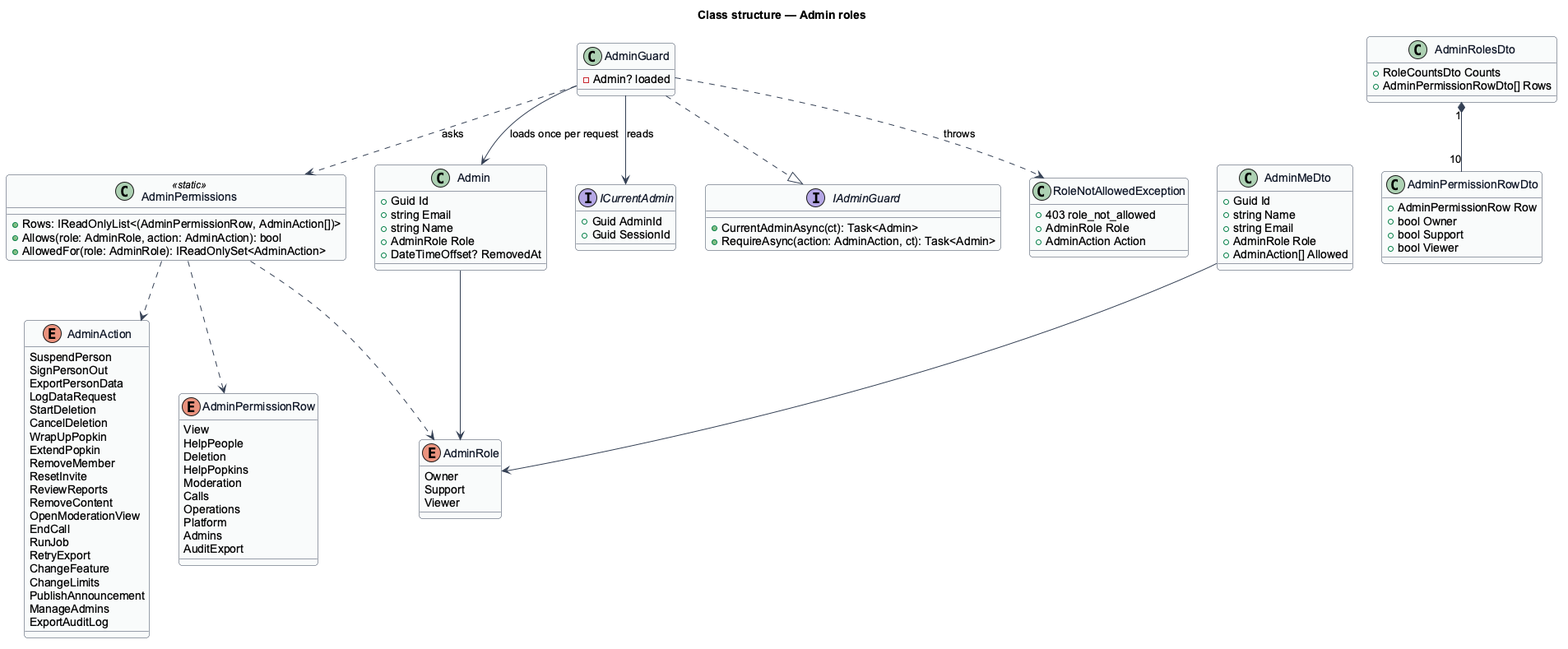
This is docs/detailed-designs/admin-access/admin-roles/diagrams/class-structure.png from QuinntyneBrown/popkin, a PlantUML export, as it was before one commit. Its diagram source:
```plantuml
@startuml
skinparam backgroundColor #FFFFFF
skinparam shadowing false
skinparam roundcorner 8
skinparam defaultFontName Arial
skinparam ArrowColor #344054
skinparam class {
  BorderColor #344054
  FontColor #101828
  BackgroundColor #F9FAFB
}
title Class structure — Admin roles

enum AdminRole {
  Owner
  Support
  Viewer
}
enum AdminAction {
  SuspendPerson
  SignPersonOut
  ExportPersonData
  LogDataRequest
  StartDeletion
  CancelDeletion
  WrapUpPopkin
  ExtendPopkin
  RemoveMember
  ResetInvite
  ReviewReports
  RemoveContent
  OpenModerationView
  EndCall
  RunJob
  RetryExport
  ChangeFeature
  ChangeLimits
  PublishAnnouncement
  ManageAdmins
  ExportAuditLog
}
enum AdminPermissionRow {
  View
  HelpPeople
  Deletion
  HelpPopkins
  Moderation
  Calls
  Operations
  Platform
  Admins
  AuditExport
}
class AdminPermissions <<static>> {
  +Rows: IReadOnlyList<(AdminPermissionRow, AdminAction[])>
  +Allows(role: AdminRole, action: AdminAction): bool
  +AllowedFor(role: AdminRole): IReadOnlySet<AdminAction>
}
class Admin {
  +Guid Id
  +string Email
  +string Name
  +AdminRole Role
  +DateTimeOffset? RemovedAt
}
interface ICurrentAdmin {
  +Guid AdminId
  +Guid SessionId
}
interface IAdminGuard {
  +CurrentAdminAsync(ct): Task<Admin>
  +RequireAsync(action: AdminAction, ct): Task<Admin>
}
class AdminGuard {
  -Admin? loaded
}
class RoleNotAllowedException {
  +403 role_not_allowed
  +AdminRole Role
  +AdminAction Action
}
class AdminMeDto {
  +Guid Id
  +string Name
  +string Email
  +AdminRole Role
  +AdminAction[] Allowed
}
class AdminRolesDto {
  +RoleCountsDto Counts
  +AdminPermissionRowDto[] Rows
}
class AdminPermissionRowDto {
  +AdminPermissionRow Row
  +bool Owner
  +bool Support
  +bool Viewer
}
Admin --> AdminRole
AdminPermissions ..> AdminRole
AdminPermissions ..> AdminAction
AdminPermissions ..> AdminPermissionRow
AdminGuard ..|> IAdminGuard
AdminGuard --> ICurrentAdmin : reads
AdminGuard --> Admin : loads once per request
AdminGuard ..> AdminPermissions : asks
AdminGuard ..> RoleNotAllowedException : throws
AdminMeDto --> AdminRole
AdminRolesDto "1" *-- "10" AdminPermissionRowDto
@enduml
```
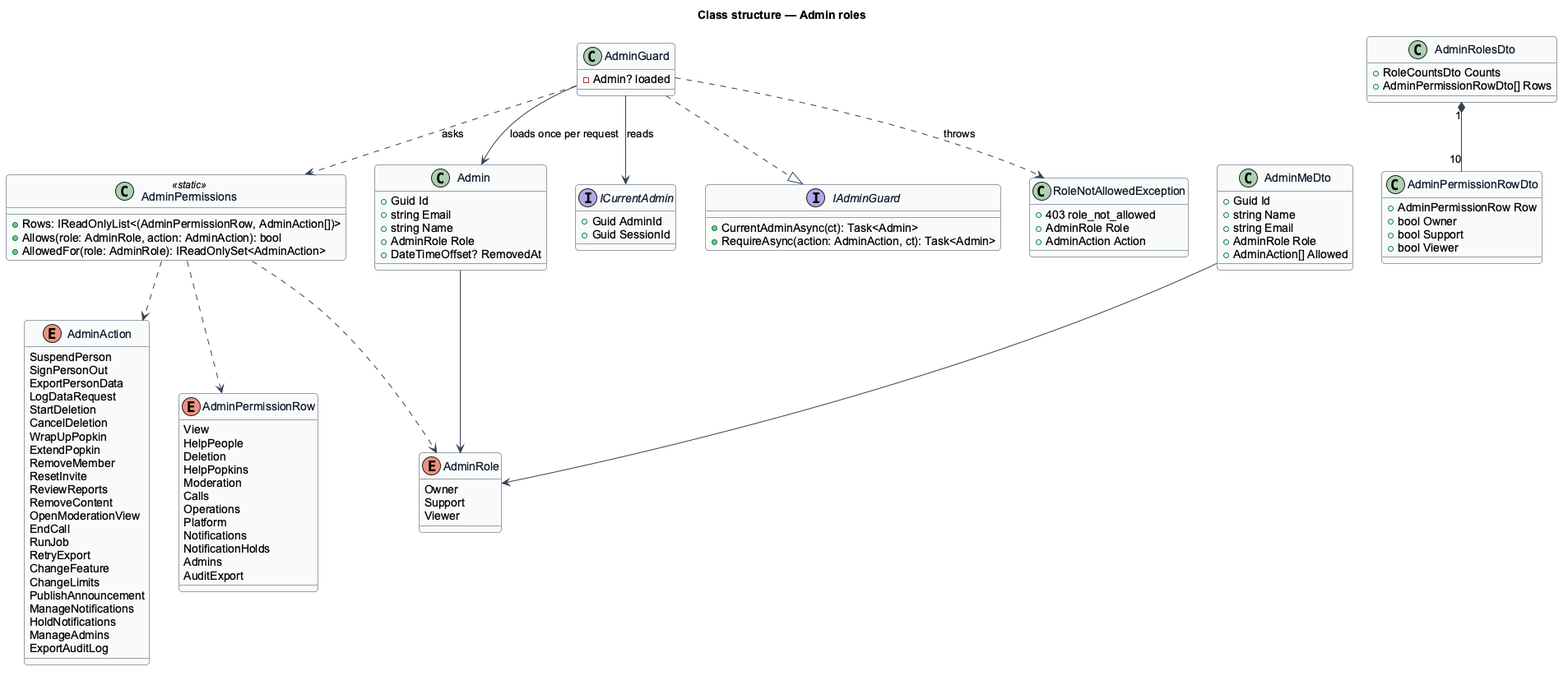
After the change.

Change to the diagram source:
```diff
@@ -36,6 +36,8 @@
   ChangeFeature
   ChangeLimits
   PublishAnnouncement
+  ManageNotifications
+  HoldNotifications
   ManageAdmins
   ExportAuditLog
 }
@@ -48,6 +50,8 @@
   Calls
   Operations
   Platform
+  Notifications
+  NotificationHolds
   Admins
   AuditExport
 }
```
